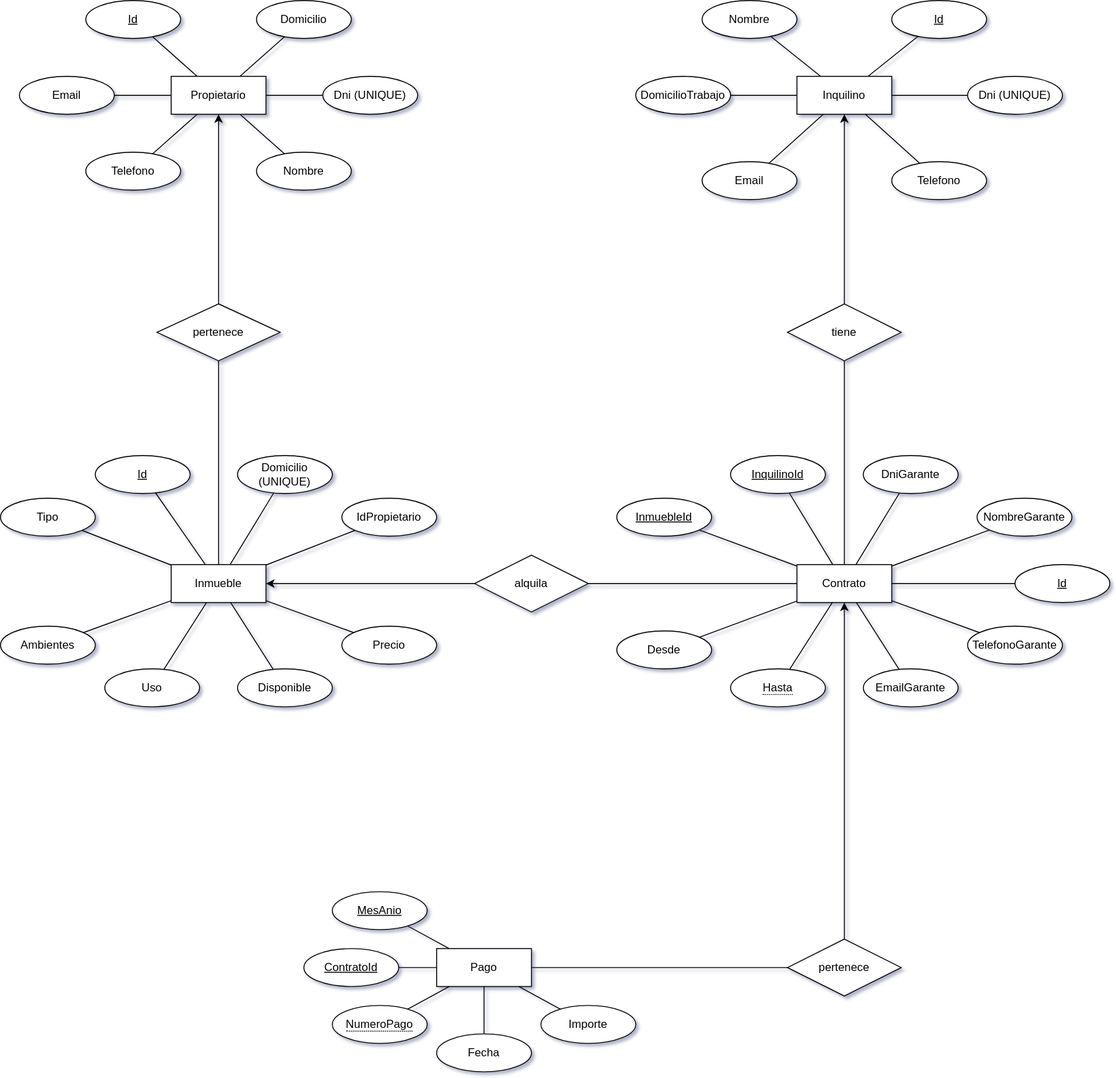
EZE404/InmobiliariaAlbornoz keeps this draw.io diagram as wwwroot/media/svg/der.svg. Above is the earlier version. Source tidied: cells renumbered, new cells last; positions are measured from the earlier drawing's top-left corner, leaving out a move shared by most shapes.
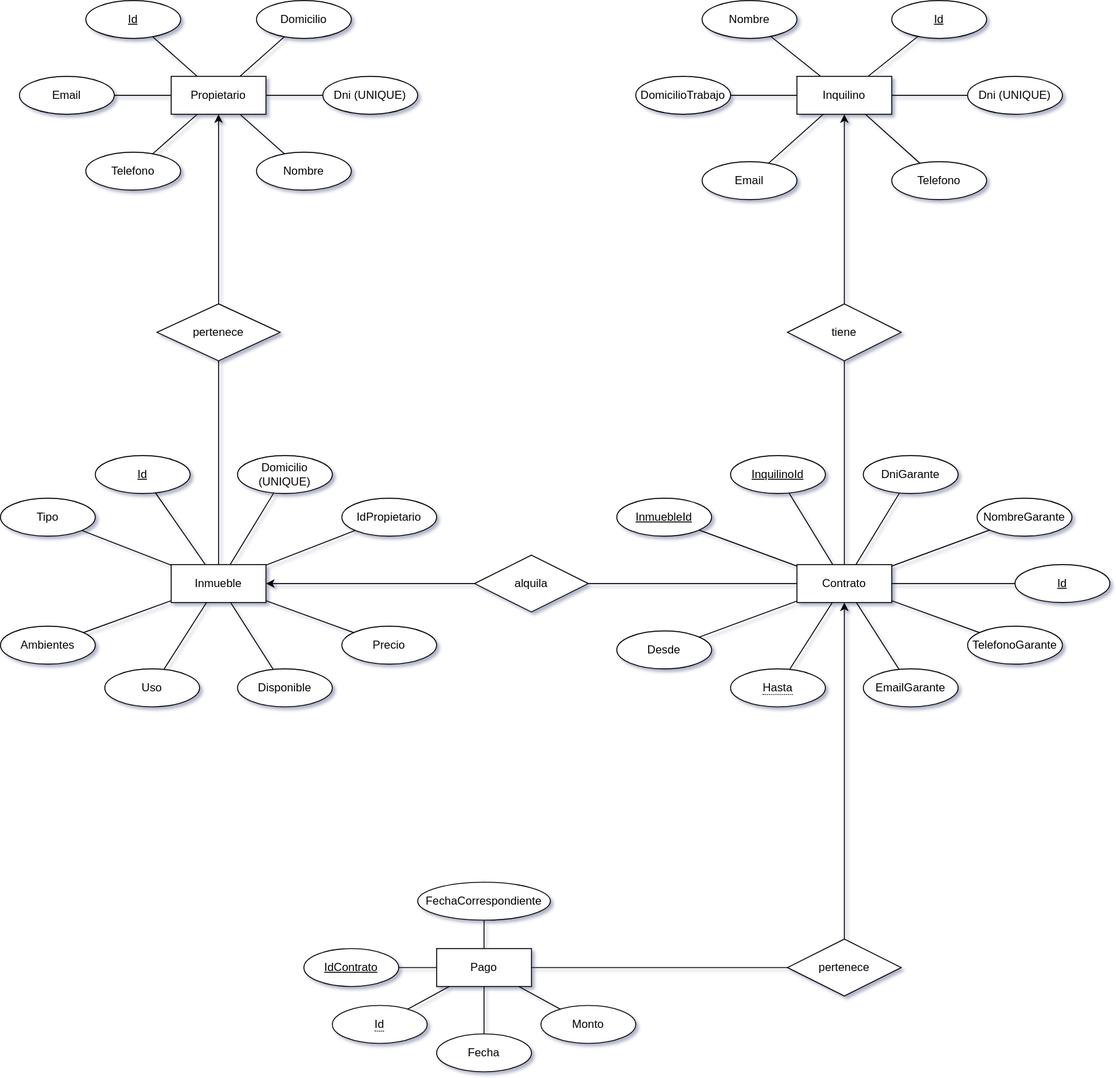
The same diagram one commit later.

The edit, as a diff of the source:
```diff
@@ -62,13 +62,13 @@
     <mxCell id="21" style="endArrow=classic;html=1;" parent="1" edge="1" source="20" target="61">
       <mxGeometry relative="1" as="geometry" />
     </mxCell>
-    <mxCell id="22" style="edgeStyle=none;rounded=0;jettySize=auto;html=1;endArrow=none;" parent="1" edge="1" source="10" target="29">
+    <mxCell id="22" style="edgeStyle=none;rounded=0;jettySize=auto;html=1;endArrow=none;" parent="1" edge="1" source="10" target="87">
       <mxGeometry relative="1" as="geometry" />
     </mxCell>
     <mxCell id="23" style="edgeStyle=none;rounded=0;jettySize=auto;html=1;endArrow=none;" parent="1" edge="1" source="24" target="10">
       <mxGeometry relative="1" as="geometry" />
     </mxCell>
-    <mxCell id="24" value="ContratoId" style="ellipse;whiteSpace=wrap;html=1;align=center;fontStyle=4;" parent="1" vertex="1">
+    <mxCell id="24" value="IdContrato" style="ellipse;whiteSpace=wrap;html=1;align=center;fontStyle=4;" parent="1" vertex="1">
       <mxGeometry x="320" y="1000" width="100" height="40" as="geometry" />
     </mxCell>
     <mxCell id="25" value="pertenece" style="shape=rhombus;perimeter=rhombusPerimeter;whiteSpace=wrap;html=1;align=center;" parent="1" vertex="1">
@@ -83,9 +83,6 @@
     <mxCell id="28" style="edgeStyle=none;rounded=0;jettySize=auto;html=1;endArrow=none;" parent="1" edge="1" source="5" target="27">
       <mxGeometry relative="1" as="geometry" />
     </mxCell>
-    <mxCell id="29" value="MesAnio" style="ellipse;whiteSpace=wrap;html=1;align=center;fontStyle=4;" parent="1" vertex="1">
-      <mxGeometry x="350" y="940" width="100" height="40" as="geometry" />
-    </mxCell>
     <mxCell id="30" value="Dni (UNIQUE)" style="ellipse;whiteSpace=wrap;html=1;align=center;" parent="1" vertex="1">
       <mxGeometry x="340" y="80" width="100" height="40" as="geometry" />
     </mxCell>
@@ -134,7 +131,7 @@
     <mxCell id="45" style="edgeStyle=none;rounded=0;jettySize=auto;html=1;endArrow=none;" parent="1" edge="1" source="46" target="10">
       <mxGeometry relative="1" as="geometry" />
     </mxCell>
-    <mxCell id="46" value="&lt;span style=&quot;border-bottom: 1px dotted&quot;&gt;NumeroPago&lt;/span&gt;" style="ellipse;whiteSpace=wrap;html=1;align=center;" parent="1" vertex="1">
+    <mxCell id="46" value="&lt;span style=&quot;border-bottom: 1px dotted&quot;&gt;Id&lt;/span&gt;" style="ellipse;whiteSpace=wrap;html=1;align=center;" parent="1" vertex="1">
       <mxGeometry x="350" y="1060" width="100" height="40" as="geometry" />
     </mxCell>
     <mxCell id="47" style="edgeStyle=none;rounded=0;jettySize=auto;html=1;endArrow=none;" parent="1" edge="1" source="48" target="10">
@@ -146,7 +143,7 @@
     <mxCell id="49" style="edgeStyle=none;rounded=0;jettySize=auto;html=1;endArrow=none;" parent="1" edge="1" source="50" target="10">
       <mxGeometry relative="1" as="geometry" />
     </mxCell>
-    <mxCell id="50" value="Importe" style="ellipse;whiteSpace=wrap;html=1;align=center;" parent="1" vertex="1">
+    <mxCell id="50" value="Monto" style="ellipse;whiteSpace=wrap;html=1;align=center;" parent="1" vertex="1">
       <mxGeometry x="570" y="1060" width="100" height="40" as="geometry" />
     </mxCell>
     <mxCell id="51" value="Uso" style="ellipse;whiteSpace=wrap;html=1;align=center;" parent="1" vertex="1">
@@ -257,5 +254,8 @@
     <mxCell id="86" style="endArrow=none;html=1;rounded=0;" parent="1" edge="1" source="8" target="85">
       <mxGeometry relative="1" as="geometry" />
     </mxCell>
+    <mxCell id="87" value="FechaCorrespondiente" style="ellipse;whiteSpace=wrap;html=1;align=center;" parent="1" vertex="1">
+      <mxGeometry x="440" y="930" width="140" height="40" as="geometry" />
+    </mxCell>
   </root>
 </mxGraphModel>
```
